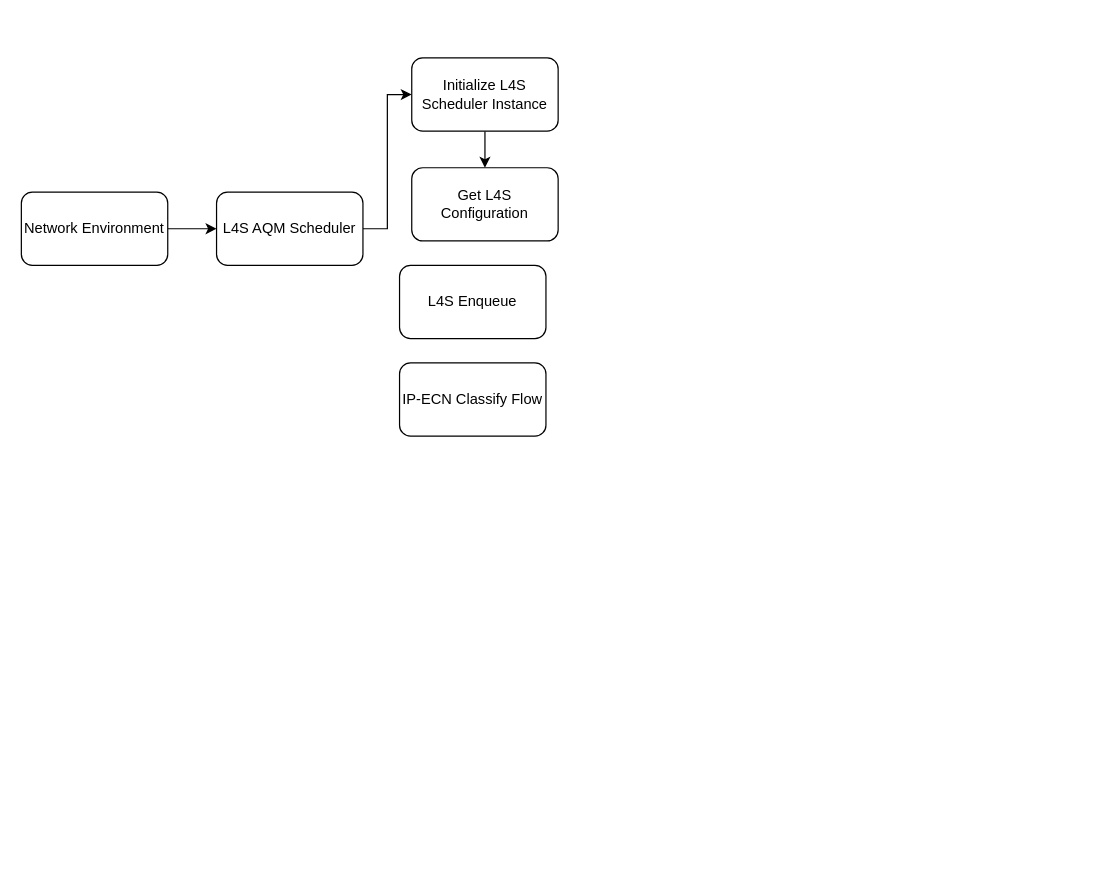
Earlier version of the draw.io diagram L4S-A3C.drawio (MPTCP-FreeBSD/FreeBSD-L4S-Experiments). Source tidied: cells renumbered, new cells numbered last; positions are measured from the earlier drawing's top-left corner, leaving out a move shared by most shapes. Both pictures are drawn from the tidied source at 122%, with x=0, y=0 at pixel (21, 57).
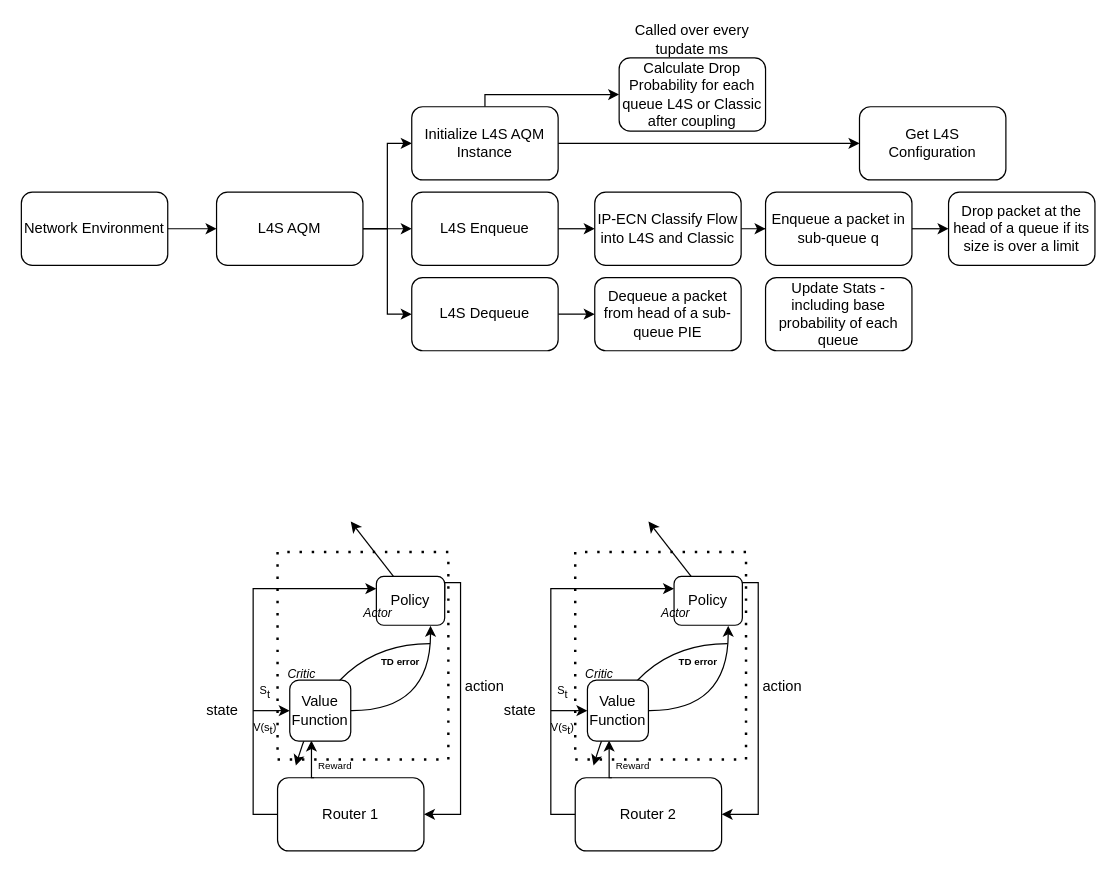
The same diagram, later.

The edit, as a diff of the source:
```diff
@@
+    <mxCell id="11" style="edgeStyle=orthogonalEdgeStyle;rounded=0;jettySize=auto;html=1;exitX=1;exitY=0.5;exitDx=0;exitDy=0;entryX=0;entryY=0.5;entryDx=0;entryDy=0;" parent="1" edge="1" source="3" target="9">
+      <mxGeometry relative="1" as="geometry" />
+    </mxCell>
+    <mxCell id="12" style="edgeStyle=orthogonalEdgeStyle;rounded=0;jettySize=auto;html=1;exitX=1;exitY=0.5;exitDx=0;exitDy=0;entryX=0;entryY=0.5;entryDx=0;entryDy=0;" parent="1" edge="1" source="3" target="22">
+      <mxGeometry relative="1" as="geometry" />
+    </mxCell>
-    <mxCell id="3" value="L4S AQM Scheduler" style="rounded=1;whiteSpace=wrap;html=1;" parent="1" vertex="1">
+    <mxCell id="3" value="L4S AQM" style="rounded=1;whiteSpace=wrap;html=1;" parent="1" vertex="1">
       <mxGeometry x="160" y="110" width="120" height="60" as="geometry" />
     </mxCell>
@@
+    <mxCell id="13" style="edgeStyle=orthogonalEdgeStyle;rounded=0;jettySize=auto;html=1;exitX=0.5;exitY=0;exitDx=0;exitDy=0;entryX=0;entryY=0.5;entryDx=0;entryDy=0;" parent="1" edge="1" source="7" target="19">
+      <mxGeometry relative="1" as="geometry">
+        <Array as="points">
+          <mxPoint x="380" y="30" />
+        </Array>
+      </mxGeometry>
+    </mxCell>
-    <mxCell id="7" value="Initialize L4S Scheduler Instance" style="rounded=1;whiteSpace=wrap;html=1;" parent="1" vertex="1">
-      <mxGeometry x="320" width="120" height="60" as="geometry" />
+    <mxCell id="7" value="Initialize L4S AQM Instance" style="rounded=1;whiteSpace=wrap;html=1;" parent="1" vertex="1">
+      <mxGeometry x="320" y="40" width="120" height="60" as="geometry" />
     </mxCell>
     <mxCell id="8" value="Get L4S Configuration" style="rounded=1;whiteSpace=wrap;html=1;" parent="1" vertex="1">
-      <mxGeometry x="320" y="90" width="120" height="60" as="geometry" />
+      <mxGeometry x="687" y="40" width="120" height="60" as="geometry" />
     </mxCell>
+    <mxCell id="14" style="edgeStyle=orthogonalEdgeStyle;rounded=0;jettySize=auto;html=1;exitX=1;exitY=0.5;exitDx=0;exitDy=0;entryX=0;entryY=0.5;entryDx=0;entryDy=0;" parent="1" edge="1" source="9" target="10">
+      <mxGeometry relative="1" as="geometry" />
+    </mxCell>
     <mxCell id="9" value="L4S Enqueue" style="rounded=1;whiteSpace=wrap;html=1;" parent="1" vertex="1">
-      <mxGeometry x="310" y="170" width="120" height="60" as="geometry" />
+      <mxGeometry x="320" y="110" width="120" height="60" as="geometry" />
     </mxCell>
+    <mxCell id="15" style="edgeStyle=orthogonalEdgeStyle;rounded=0;jettySize=auto;html=1;exitX=1;exitY=0.5;exitDx=0;exitDy=0;" parent="1" edge="1" source="10" target="17">
+      <mxGeometry relative="1" as="geometry" />
+    </mxCell>
-    <mxCell id="10" value="IP-ECN Classify Flow" style="rounded=1;whiteSpace=wrap;html=1;" parent="1" vertex="1">
-      <mxGeometry x="310" y="250" width="120" height="60" as="geometry" />
+    <mxCell id="10" value="IP-ECN Classify Flow into L4S and Classic" style="rounded=1;whiteSpace=wrap;html=1;" parent="1" vertex="1">
+      <mxGeometry x="470" y="110" width="120" height="60" as="geometry" />
     </mxCell>
+    <mxCell id="16" style="edgeStyle=orthogonalEdgeStyle;rounded=0;jettySize=auto;html=1;exitX=1;exitY=0.5;exitDx=0;exitDy=0;entryX=0;entryY=0.5;entryDx=0;entryDy=0;" parent="1" edge="1" source="17" target="18">
+      <mxGeometry relative="1" as="geometry" />
+    </mxCell>
+    <mxCell id="17" value="Enqueue a packet in sub-queue q" style="rounded=1;whiteSpace=wrap;html=1;" parent="1" vertex="1">
+      <mxGeometry x="610" y="110" width="120" height="60" as="geometry" />
+    </mxCell>
+    <mxCell id="18" value="Drop packet at the head of a queue if its size is over a limit" style="rounded=1;whiteSpace=wrap;html=1;" parent="1" vertex="1">
+      <mxGeometry x="760" y="110" width="120" height="60" as="geometry" />
+    </mxCell>
+    <mxCell id="19" value="Calculate Drop Probability for each queue L4S or Classic after coupling" style="rounded=1;whiteSpace=wrap;html=1;" parent="1" vertex="1">
+      <mxGeometry x="490" width="120" height="60" as="geometry" />
+    </mxCell>
+    <mxCell id="20" value="Called over every tupdate ms" style="text;html=1;align=center;verticalAlign=middle;whiteSpace=wrap;rounded=0;" parent="1" vertex="1">
+      <mxGeometry x="500" y="-30" width="100" height="30" as="geometry" />
+    </mxCell>
+    <mxCell id="21" style="edgeStyle=orthogonalEdgeStyle;rounded=0;jettySize=auto;html=1;" parent="1" edge="1" source="22" target="23">
+      <mxGeometry relative="1" as="geometry" />
+    </mxCell>
+    <mxCell id="22" value="L4S Dequeue" style="rounded=1;whiteSpace=wrap;html=1;" parent="1" vertex="1">
+      <mxGeometry x="320" y="180" width="120" height="60" as="geometry" />
+    </mxCell>
+    <mxCell id="23" value="Dequeue a packet from head of a sub-queue PIE" style="rounded=1;whiteSpace=wrap;html=1;" parent="1" vertex="1">
+      <mxGeometry x="470" y="180" width="120" height="60" as="geometry" />
+    </mxCell>
+    <mxCell id="24" value="Update Stats - including base probability of each queue" style="rounded=1;whiteSpace=wrap;html=1;" parent="1" vertex="1">
+      <mxGeometry x="610" y="180" width="120" height="60" as="geometry" />
+    </mxCell>
+    <mxCell id="25" style="edgeStyle=orthogonalEdgeStyle;rounded=0;jettySize=auto;html=1;exitX=0;exitY=0.5;exitDx=0;exitDy=0;entryX=0;entryY=0.25;entryDx=0;entryDy=0;" parent="1" edge="1" source="26" target="38">
+      <mxGeometry relative="1" as="geometry" />
+    </mxCell>
+    <mxCell id="26" value="Router 1" style="rounded=1;whiteSpace=wrap;html=1;" parent="1" vertex="1">
+      <mxGeometry x="210" y="590" width="120" height="60" as="geometry" />
+    </mxCell>
+    <mxCell id="27" style="edgeStyle=orthogonalEdgeStyle;rounded=0;orthogonalLoop=1;jettySize=auto;html=1;exitX=0;exitY=0.5;exitDx=0;exitDy=0;endArrow=none;endFill=0;startArrow=classic;startFill=1;" parent="1" edge="1">
+      <mxGeometry relative="1" as="geometry">
+        <mxPoint x="220" y="535" as="sourcePoint" />
+        <mxPoint x="190" y="535" as="targetPoint" />
+      </mxGeometry>
+    </mxCell>
+    <mxCell id="28" style="rounded=0;jettySize=auto;html=1;exitX=1;exitY=0.5;exitDx=0;exitDy=0;entryX=0.793;entryY=1.011;entryDx=0;entryDy=0;edgeStyle=orthogonalEdgeStyle;curved=1;entryPerimeter=0;" parent="1" edge="1" target="38">
+      <mxGeometry relative="1" as="geometry">
+        <mxPoint x="270" y="535" as="sourcePoint" />
+      </mxGeometry>
+    </mxCell>
+    <mxCell id="29" style="edgeStyle=orthogonalEdgeStyle;rounded=0;jettySize=auto;html=1;entryX=1;entryY=0.5;entryDx=0;entryDy=0;exitX=1;exitY=0.5;exitDx=0;exitDy=0;" parent="1" edge="1" source="38" target="26">
+      <mxGeometry relative="1" as="geometry">
+        <Array as="points">
+          <mxPoint x="360" y="430" />
+          <mxPoint x="360" y="620" />
+        </Array>
+      </mxGeometry>
+    </mxCell>
+    <mxCell id="30" value="action" style="text;html=1;align=center;verticalAlign=middle;whiteSpace=wrap;rounded=0;" parent="1" vertex="1">
+      <mxGeometry x="350" y="500" width="60" height="30" as="geometry" />
+    </mxCell>
+    <mxCell id="31" value="V(s&lt;sub style=&quot;font-size: 9px;&quot;&gt;t&lt;/sub&gt;)" style="text;html=1;align=center;verticalAlign=middle;whiteSpace=wrap;rounded=0;fontSize=9;" parent="1" vertex="1">
+      <mxGeometry x="185" y="540" width="30" height="20" as="geometry" />
+    </mxCell>
+    <mxCell id="32" value="S&lt;sub style=&quot;font-size: 9px;&quot;&gt;t&lt;/sub&gt;" style="text;html=1;align=center;verticalAlign=middle;whiteSpace=wrap;rounded=0;fontSize=9;" parent="1" vertex="1">
+      <mxGeometry x="190" y="510" width="20" height="20" as="geometry" />
+    </mxCell>
+    <mxCell id="33" style="endArrow=classic;html=1;rounded=0;exitX=0.25;exitY=0;exitDx=0;exitDy=0;" parent="1" edge="1" source="38">
+      <mxGeometry relative="1" as="geometry">
+        <mxPoint x="270" y="380" as="targetPoint" />
+      </mxGeometry>
+    </mxCell>
+    <mxCell id="34" style="edgeStyle=orthogonalEdgeStyle;rounded=0;jettySize=auto;html=1;exitX=0.25;exitY=0;exitDx=0;exitDy=0;entryX=0.355;entryY=0.99;entryDx=0;entryDy=0;entryPerimeter=0;" parent="1" edge="1" source="26">
+      <mxGeometry relative="1" as="geometry">
+        <mxPoint x="237.8" y="559.5" as="targetPoint" />
+      </mxGeometry>
+    </mxCell>
+    <mxCell id="35" value="Reward" style="text;html=1;align=center;verticalAlign=middle;whiteSpace=wrap;rounded=0;fontSize=8;" parent="1" vertex="1">
+      <mxGeometry x="235" y="570" width="45" height="20" as="geometry" />
+    </mxCell>
+    <mxCell id="36" value="state" style="text;html=1;align=center;verticalAlign=middle;whiteSpace=wrap;rounded=0;" parent="1" vertex="1">
+      <mxGeometry x="150" y="525" width="30" height="20" as="geometry" />
+    </mxCell>
+    <mxCell id="37" style="swimlane;startSize=0;dashed=1;dashPattern=1 4;rounded=1;strokeWidth=2;" parent="1" vertex="1">
+      <mxGeometry x="210" y="405" width="140" height="170" as="geometry" />
+    </mxCell>
+    <mxCell id="38" value="Policy" style="rounded=1;whiteSpace=wrap;html=1;" parent="37" vertex="1">
+      <mxGeometry x="81" y="20" width="56" height="40" as="geometry" />
+    </mxCell>
+    <mxCell id="39" value="Critic" style="text;html=1;align=center;verticalAlign=middle;whiteSpace=wrap;rounded=0;fontSize=10;fontStyle=2;" parent="37" vertex="1">
+      <mxGeometry x="5" y="95" width="30" height="10" as="geometry" />
+    </mxCell>
+    <mxCell id="40" style="endArrow=classic;html=1;rounded=0;curved=1;" parent="37" edge="1">
+      <mxGeometry relative="1" as="geometry">
+        <mxPoint x="125" y="75" as="sourcePoint" />
+        <mxPoint x="15" y="175" as="targetPoint" />
+        <Array as="points">
+          <mxPoint x="45" y="75" />
+        </Array>
+      </mxGeometry>
+    </mxCell>
+    <mxCell id="41" value="TD error" style="text;html=1;align=center;verticalAlign=middle;whiteSpace=wrap;rounded=0;fontSize=8;fontStyle=1;" parent="37" vertex="1">
+      <mxGeometry x="81" y="85" width="40" height="10" as="geometry" />
+    </mxCell>
+    <mxCell id="42" value="Value Function" style="rounded=1;whiteSpace=wrap;html=1;" parent="1" vertex="1">
+      <mxGeometry x="220" y="510" width="50" height="50" as="geometry" />
+    </mxCell>
+    <mxCell id="43" value="Actor" style="text;html=1;align=center;verticalAlign=middle;whiteSpace=wrap;rounded=0;fontStyle=2;fontSize=10;" parent="1" vertex="1">
+      <mxGeometry x="280" y="450" width="25" height="10" as="geometry" />
+    </mxCell>
+    <mxCell id="44" style="edgeStyle=orthogonalEdgeStyle;rounded=0;jettySize=auto;html=1;exitX=0;exitY=0.5;exitDx=0;exitDy=0;entryX=0;entryY=0.25;entryDx=0;entryDy=0;" parent="1" edge="1" source="45" target="57">
+      <mxGeometry relative="1" as="geometry" />
+    </mxCell>
+    <mxCell id="45" value="Router 2" style="rounded=1;whiteSpace=wrap;html=1;" parent="1" vertex="1">
+      <mxGeometry x="454" y="590" width="120" height="60" as="geometry" />
+    </mxCell>
+    <mxCell id="46" style="edgeStyle=orthogonalEdgeStyle;rounded=0;orthogonalLoop=1;jettySize=auto;html=1;exitX=0;exitY=0.5;exitDx=0;exitDy=0;endArrow=none;endFill=0;startArrow=classic;startFill=1;" parent="1" edge="1">
+      <mxGeometry relative="1" as="geometry">
+        <mxPoint x="464" y="535" as="sourcePoint" />
+        <mxPoint x="434" y="535" as="targetPoint" />
+      </mxGeometry>
+    </mxCell>
+    <mxCell id="47" style="rounded=0;jettySize=auto;html=1;exitX=1;exitY=0.5;exitDx=0;exitDy=0;entryX=0.793;entryY=1.011;entryDx=0;entryDy=0;edgeStyle=orthogonalEdgeStyle;curved=1;entryPerimeter=0;" parent="1" edge="1" target="57">
+      <mxGeometry relative="1" as="geometry">
+        <mxPoint x="514" y="535" as="sourcePoint" />
+      </mxGeometry>
+    </mxCell>
+    <mxCell id="48" style="edgeStyle=orthogonalEdgeStyle;rounded=0;jettySize=auto;html=1;entryX=1;entryY=0.5;entryDx=0;entryDy=0;exitX=1;exitY=0.5;exitDx=0;exitDy=0;" parent="1" edge="1" source="57" target="45">
+      <mxGeometry relative="1" as="geometry">
+        <Array as="points">
+          <mxPoint x="604" y="430" />
+          <mxPoint x="604" y="620" />
+        </Array>
+      </mxGeometry>
+    </mxCell>
+    <mxCell id="49" value="action" style="text;html=1;align=center;verticalAlign=middle;whiteSpace=wrap;rounded=0;" parent="1" vertex="1">
+      <mxGeometry x="594" y="500" width="60" height="30" as="geometry" />
+    </mxCell>
+    <mxCell id="50" value="V(s&lt;sub style=&quot;font-size: 9px;&quot;&gt;t&lt;/sub&gt;)" style="text;html=1;align=center;verticalAlign=middle;whiteSpace=wrap;rounded=0;fontSize=9;" parent="1" vertex="1">
+      <mxGeometry x="429" y="540" width="30" height="20" as="geometry" />
+    </mxCell>
+    <mxCell id="51" value="S&lt;sub style=&quot;font-size: 9px;&quot;&gt;t&lt;/sub&gt;" style="text;html=1;align=center;verticalAlign=middle;whiteSpace=wrap;rounded=0;fontSize=9;" parent="1" vertex="1">
+      <mxGeometry x="434" y="510" width="20" height="20" as="geometry" />
+    </mxCell>
+    <mxCell id="52" style="endArrow=classic;html=1;rounded=0;exitX=0.25;exitY=0;exitDx=0;exitDy=0;" parent="1" edge="1" source="57">
+      <mxGeometry relative="1" as="geometry">
+        <mxPoint x="514" y="380" as="targetPoint" />
+      </mxGeometry>
+    </mxCell>
+    <mxCell id="53" style="edgeStyle=orthogonalEdgeStyle;rounded=0;jettySize=auto;html=1;exitX=0.25;exitY=0;exitDx=0;exitDy=0;entryX=0.355;entryY=0.99;entryDx=0;entryDy=0;entryPerimeter=0;" parent="1" edge="1" source="45">
+      <mxGeometry relative="1" as="geometry">
+        <mxPoint x="481.8" y="559.5" as="targetPoint" />
+      </mxGeometry>
+    </mxCell>
+    <mxCell id="54" value="Reward" style="text;html=1;align=center;verticalAlign=middle;whiteSpace=wrap;rounded=0;fontSize=8;" parent="1" vertex="1">
+      <mxGeometry x="479" y="570" width="45" height="20" as="geometry" />
+    </mxCell>
+    <mxCell id="55" value="state" style="text;html=1;align=center;verticalAlign=middle;whiteSpace=wrap;rounded=0;" parent="1" vertex="1">
+      <mxGeometry x="394" y="525" width="30" height="20" as="geometry" />
+    </mxCell>
+    <mxCell id="56" style="swimlane;startSize=0;dashed=1;dashPattern=1 4;rounded=1;strokeWidth=2;" parent="1" vertex="1">
+      <mxGeometry x="454" y="405" width="140" height="170" as="geometry" />
+    </mxCell>
+    <mxCell id="57" value="Policy" style="rounded=1;whiteSpace=wrap;html=1;" parent="56" vertex="1">
+      <mxGeometry x="81" y="20" width="56" height="40" as="geometry" />
+    </mxCell>
+    <mxCell id="58" value="Critic" style="text;html=1;align=center;verticalAlign=middle;whiteSpace=wrap;rounded=0;fontSize=10;fontStyle=2;" parent="56" vertex="1">
+      <mxGeometry x="5" y="95" width="30" height="10" as="geometry" />
+    </mxCell>
+    <mxCell id="59" style="endArrow=classic;html=1;rounded=0;curved=1;" parent="56" edge="1">
+      <mxGeometry relative="1" as="geometry">
+        <mxPoint x="125" y="75" as="sourcePoint" />
+        <mxPoint x="15" y="175" as="targetPoint" />
+        <Array as="points">
+          <mxPoint x="45" y="75" />
+        </Array>
+      </mxGeometry>
+    </mxCell>
+    <mxCell id="60" value="TD error" style="text;html=1;align=center;verticalAlign=middle;whiteSpace=wrap;rounded=0;fontSize=8;fontStyle=1;" parent="56" vertex="1">
+      <mxGeometry x="81" y="85" width="40" height="10" as="geometry" />
+    </mxCell>
+    <mxCell id="61" value="Value Function" style="rounded=1;whiteSpace=wrap;html=1;" parent="1" vertex="1">
+      <mxGeometry x="464" y="510" width="50" height="50" as="geometry" />
+    </mxCell>
+    <mxCell id="62" value="Actor" style="text;html=1;align=center;verticalAlign=middle;whiteSpace=wrap;rounded=0;fontStyle=2;fontSize=10;" parent="1" vertex="1">
+      <mxGeometry x="524" y="450" width="25" height="10" as="geometry" />
+    </mxCell>
```
